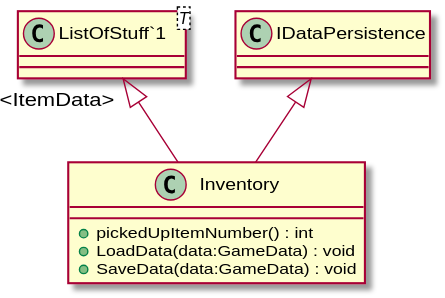
This is UML/Inventory/Inventory.svg from robinsuurs/Mallow_Mysterie, a PlantUML export, as it was before one commit. The source it was exported from:
```plantuml
@startuml
class Inventory {
    + pickedUpItemNumber() : int
    + LoadData(data:GameData) : void
    + SaveData(data:GameData) : void
}
class "ListOfStuff`1"<T> {
}
"ListOfStuff`1" "<ItemData>" <|-- Inventory
IDataPersistence <|-- Inventory
@enduml
```
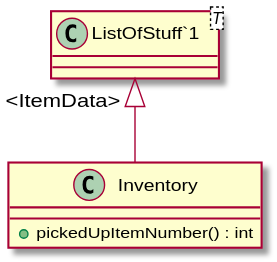
The same file after the commit.

What changed in the source:
```diff
@@ -1,11 +1,8 @@
 @startuml
 class Inventory {
     + pickedUpItemNumber() : int
-    + LoadData(data:GameData) : void
-    + SaveData(data:GameData) : void
 }
 class "ListOfStuff`1"<T> {
 }
 "ListOfStuff`1" "<ItemData>" <|-- Inventory
-IDataPersistence <|-- Inventory
 @enduml
```
